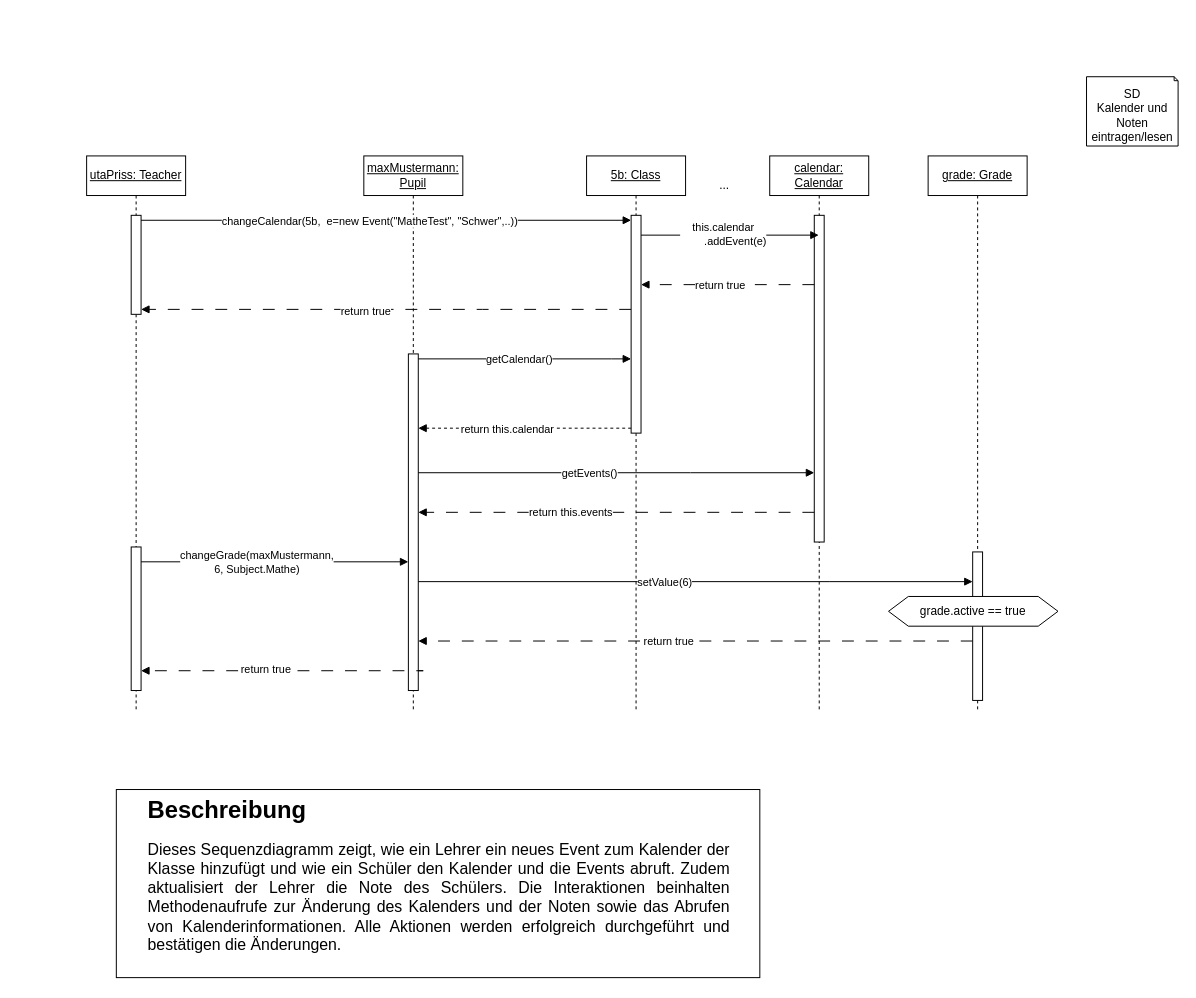
Earlier version of the draw.io diagram Sequenzdiagramm.drawio (TrainFan1804/SchulverwaltungUML). Source tidied: cells renumbered, new cells numbered last; positions are measured from the earlier drawing's top-left corner, leaving out a move shared by most shapes. Both pictures are drawn from the tidied source at 99%, with x=0, y=0 at pixel (86, 76).
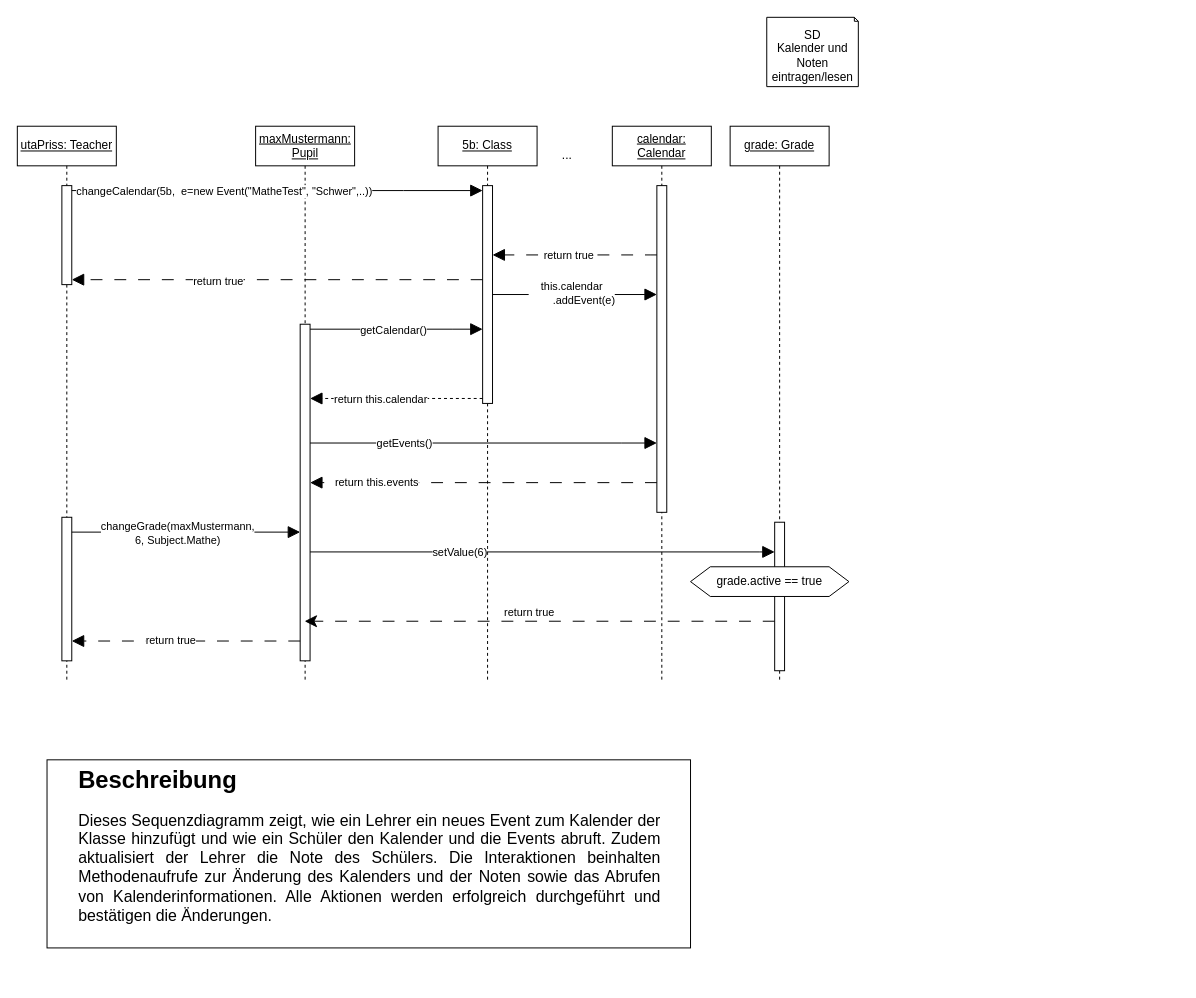
Above is the later version.

The change refers to these unchanged cells:
```xml
<mxCell id="4" style="html=1;points=[[0,0,0,0,5],[0,1,0,0,-5],[1,0,0,0,5],[1,1,0,0,-5]];perimeter=orthogonalPerimeter;outlineConnect=0;targetShapes=umlLifeline;portConstraint=eastwest;newEdgeStyle={&quot;curved&quot;:0,&quot;rounded&quot;:0};" parent="3" vertex="1">
  <mxGeometry x="45" y="200" width="10" height="340" as="geometry" />
</mxCell>
<mxCell id="6" style="html=1;points=[[0,0,0,0,5],[0,1,0,0,-5],[1,0,0,0,5],[1,1,0,0,-5]];perimeter=orthogonalPerimeter;outlineConnect=0;targetShapes=umlLifeline;portConstraint=eastwest;newEdgeStyle={&quot;curved&quot;:0,&quot;rounded&quot;:0};" parent="5" vertex="1">
  <mxGeometry x="45" y="60" width="10" height="220" as="geometry" />
</mxCell>
<mxCell id="12" style="html=1;points=[[0,0,0,0,5],[0,1,0,0,-5],[1,0,0,0,5],[1,1,0,0,-5]];perimeter=orthogonalPerimeter;outlineConnect=0;targetShapes=umlLifeline;portConstraint=eastwest;newEdgeStyle={&quot;curved&quot;:0,&quot;rounded&quot;:0};" parent="11" vertex="1">
  <mxGeometry x="45" y="60" width="10" height="330" as="geometry" />
</mxCell>
<mxCell id="16" style="html=1;points=[[0,0,0,0,5],[0,1,0,0,-5],[1,0,0,0,5],[1,1,0,0,-5]];perimeter=orthogonalPerimeter;outlineConnect=0;targetShapes=umlLifeline;portConstraint=eastwest;newEdgeStyle={&quot;curved&quot;:0,&quot;rounded&quot;:0};" parent="15" vertex="1">
  <mxGeometry x="45" y="60" width="10" height="100" as="geometry" />
</mxCell>
<mxCell id="17" style="html=1;points=[[0,0,0,0,5],[0,1,0,0,-5],[1,0,0,0,5],[1,1,0,0,-5]];perimeter=orthogonalPerimeter;outlineConnect=0;targetShapes=umlLifeline;portConstraint=eastwest;newEdgeStyle={&quot;curved&quot;:0,&quot;rounded&quot;:0};" parent="15" vertex="1">
  <mxGeometry x="45" y="395" width="10" height="145" as="geometry" />
</mxCell>
<mxCell id="32" style="html=1;points=[[0,0,0,0,5],[0,1,0,0,-5],[1,0,0,0,5],[1,1,0,0,-5]];perimeter=orthogonalPerimeter;outlineConnect=0;targetShapes=umlLifeline;portConstraint=eastwest;newEdgeStyle={&quot;curved&quot;:0,&quot;rounded&quot;:0};" parent="31" vertex="1">
  <mxGeometry x="45" y="400" width="10" height="150" as="geometry" />
</mxCell>
```

What changed in the source:
```diff
@@
     <mxCell id="2" value="SD&lt;div&gt;Kalender und Noten&lt;/div&gt;&lt;div&gt;eintragen/lesen&lt;/div&gt;" style="shape=note2;boundedLbl=1;whiteSpace=wrap;html=1;size=4;verticalAlign=top;align=center;" parent="1" vertex="1">
-      <mxGeometry x="1010" width="92.5" height="70" as="geometry" />
+      <mxGeometry x="687" y="-60" width="92.5" height="70" as="geometry" />
     </mxCell>
     <mxCell id="3" value="&lt;u&gt;maxMustermann: Pupil&lt;/u&gt;" style="shape=umlLifeline;perimeter=lifelinePerimeter;whiteSpace=wrap;html=1;outlineConnect=0;portConstraint=eastwest;newEdgeStyle={&quot;edgeStyle&quot;:&quot;elbowEdgeStyle&quot;,&quot;elbow&quot;:&quot;vertical&quot;,&quot;curved&quot;:0,&quot;rounded&quot;:0};" parent="1" vertex="1">
-      <mxGeometry x="280" y="80" width="100" height="560" as="geometry" />
+      <mxGeometry x="170.7" y="50" width="100" height="560" as="geometry" />
     </mxCell>
@@
     <mxCell id="5" value="&lt;u&gt;5b: Class&lt;/u&gt;" style="shape=umlLifeline;perimeter=lifelinePerimeter;whiteSpace=wrap;html=1;newEdgeStyle={&quot;edgeStyle&quot;:&quot;elbowEdgeStyle&quot;,&quot;elbow&quot;:&quot;vertical&quot;,&quot;curved&quot;:0,&quot;rounded&quot;:0};" parent="1" vertex="1">
-      <mxGeometry x="505" y="80" width="100" height="560" as="geometry" />
+      <mxGeometry x="355" y="50" width="100" height="560" as="geometry" />
     </mxCell>
@@
-    <mxCell id="7" style="edgeStyle=orthogonalEdgeStyle;rounded=0;jettySize=auto;html=1;curved=0;endArrow=block;endFill=1;exitX=1;exitY=0;exitDx=0;exitDy=5;exitPerimeter=0;" parent="1" edge="1" source="4" target="6">
+    <mxCell id="7" style="edgeStyle=orthogonalEdgeStyle;rounded=0;jettySize=auto;html=1;curved=0;endArrow=block;endFill=1;exitX=1;exitY=0;exitDx=0;exitDy=5;exitPerimeter=0;endSize=10;startSize=10;" parent="1" edge="1" source="4" target="6">
       <mxGeometry relative="1" as="geometry">
         <Array as="points">
-          <mxPoint x="530" y="285" />
-          <mxPoint x="530" y="285" />
+          <mxPoint x="370" y="255" />
+          <mxPoint x="370" y="255" />
         </Array>
       </mxGeometry>
     </mxCell>
@@
-    <mxCell id="9" style="edgeStyle=orthogonalEdgeStyle;rounded=0;jettySize=auto;html=1;curved=0;dashed=1;endArrow=block;endFill=1;exitX=0;exitY=1;exitDx=0;exitDy=-5;exitPerimeter=0;" parent="1" edge="1" source="6" target="4">
+    <mxCell id="9" style="edgeStyle=orthogonalEdgeStyle;rounded=0;jettySize=auto;html=1;curved=0;dashed=1;endArrow=block;endFill=1;exitX=0;exitY=1;exitDx=0;exitDy=-5;exitPerimeter=0;endSize=10;startSize=10;" parent="1" edge="1" source="6" target="4">
       <mxGeometry relative="1" as="geometry">
         <Array as="points">
-          <mxPoint x="470" y="355" />
-          <mxPoint x="470" y="355" />
+          <mxPoint x="400" y="325" />
+          <mxPoint x="400" y="325" />
         </Array>
       </mxGeometry>
     </mxCell>
@@
     <mxCell id="11" value="&lt;u&gt;calendar: Calendar&lt;/u&gt;" style="shape=umlLifeline;perimeter=lifelinePerimeter;whiteSpace=wrap;html=1;outlineConnect=0;portConstraint=eastwest;newEdgeStyle={&quot;edgeStyle&quot;:&quot;elbowEdgeStyle&quot;,&quot;elbow&quot;:&quot;vertical&quot;,&quot;curved&quot;:0,&quot;rounded&quot;:0};" parent="1" vertex="1">
-      <mxGeometry x="690" y="80" width="100" height="560" as="geometry" />
+      <mxGeometry x="531" y="50" width="100" height="560" as="geometry" />
     </mxCell>
@@
-    <mxCell id="13" style="edgeStyle=orthogonalEdgeStyle;rounded=0;jettySize=auto;html=1;curved=0;endArrow=block;endFill=1;" parent="1" edge="1" source="4" target="12">
+    <mxCell id="13" style="edgeStyle=orthogonalEdgeStyle;rounded=0;jettySize=auto;html=1;curved=0;endArrow=block;endFill=1;endSize=10;startSize=10;" parent="1" edge="1" source="4" target="12">
       <mxGeometry relative="1" as="geometry">
         <Array as="points">
-          <mxPoint x="610" y="400" />
-          <mxPoint x="610" y="400" />
+          <mxPoint x="540" y="370" />
+          <mxPoint x="540" y="370" />
         </Array>
       </mxGeometry>
     </mxCell>
     <mxCell id="14" value="getEvents()" style="edgeLabel;html=1;align=center;verticalAlign=middle;" parent="13" vertex="1">
       <mxGeometry x="-0.3" y="2" relative="1" as="geometry">
-        <mxPoint x="32" y="2" as="offset" />
+        <mxPoint x="-28" y="2" as="offset" />
       </mxGeometry>
     </mxCell>
     <mxCell id="15" value="&lt;u&gt;utaPriss: Teacher&lt;/u&gt;" style="shape=umlLifeline;perimeter=lifelinePerimeter;whiteSpace=wrap;html=1;newEdgeStyle={&quot;edgeStyle&quot;:&quot;elbowEdgeStyle&quot;,&quot;elbow&quot;:&quot;vertical&quot;,&quot;curved&quot;:0,&quot;rounded&quot;:0};" parent="1" vertex="1">
-      <mxGeometry y="80" width="100" height="560" as="geometry" />
+      <mxGeometry x="-70" y="50" width="100" height="560" as="geometry" />
     </mxCell>
@@
-    <mxCell id="18" style="edgeStyle=orthogonalEdgeStyle;rounded=0;jettySize=auto;html=1;curved=0;entryX=0;entryY=0;entryDx=0;entryDy=5;entryPerimeter=0;endArrow=block;endFill=1;" parent="1" edge="1" source="16" target="6">
+    <mxCell id="18" style="edgeStyle=orthogonalEdgeStyle;rounded=0;jettySize=auto;html=1;curved=0;entryX=0;entryY=0;entryDx=0;entryDy=5;entryPerimeter=0;endArrow=block;endFill=1;endSize=10;startSize=10;" parent="1" edge="1" source="16" target="6">
       <mxGeometry relative="1" as="geometry">
         <Array as="points">
-          <mxPoint x="390" y="145" />
-          <mxPoint x="390" y="145" />
+          <mxPoint x="320" y="115" />
+          <mxPoint x="320" y="115" />
         </Array>
       </mxGeometry>
     </mxCell>
     <mxCell id="19" value="changeCalendar(5b,&amp;nbsp; e=new Event(&quot;MatheTest&quot;, &quot;Schwer&quot;,..))" style="edgeLabel;html=1;align=center;verticalAlign=middle;" parent="18" vertex="1">
-      <mxGeometry x="-0.07" relative="1" as="geometry" />
+      <mxGeometry x="-0.07" relative="1" as="geometry">
+        <mxPoint x="-39" as="offset" />
+      </mxGeometry>
     </mxCell>
-    <mxCell id="20" style="edgeStyle=orthogonalEdgeStyle;rounded=0;jettySize=auto;html=1;curved=0;endArrow=block;endFill=1;" parent="1" edge="1" source="6" target="11">
+    <mxCell id="20" style="edgeStyle=orthogonalEdgeStyle;rounded=0;jettySize=auto;html=1;curved=0;endArrow=block;endFill=1;endSize=10;startSize=10;" parent="1" edge="1" source="6" target="12">
       <mxGeometry relative="1" as="geometry">
         <Array as="points">
-          <mxPoint x="670" y="160" />
-          <mxPoint x="670" y="160" />
+          <mxPoint x="580" y="140" />
+          <mxPoint x="580" y="140" />
         </Array>
       </mxGeometry>
     </mxCell>
@@
-    <mxCell id="22" style="edgeStyle=orthogonalEdgeStyle;rounded=0;jettySize=auto;html=1;curved=0;endArrow=block;endFill=1;dashed=1;dashPattern=12 12;" parent="1" edge="1" source="12" target="6">
+    <mxCell id="22" style="edgeStyle=orthogonalEdgeStyle;rounded=0;jettySize=auto;html=1;curved=0;endArrow=block;endFill=1;dashed=1;dashPattern=12 12;endSize=10;startSize=10;" parent="1" edge="1" source="12" target="6">
       <mxGeometry relative="1" as="geometry">
         <Array as="points">
-          <mxPoint x="640" y="210" />
-          <mxPoint x="640" y="210" />
+          <mxPoint x="570" y="180" />
+          <mxPoint x="570" y="180" />
         </Array>
       </mxGeometry>
     </mxCell>
@@
     <mxCell id="24" value="..." style="text;html=1;align=center;verticalAlign=middle;strokeColor=none;fillColor=none;" parent="1" vertex="1">
-      <mxGeometry x="629" y="95" width="30" height="30" as="geometry" />
+      <mxGeometry x="470" y="65" width="30" height="30" as="geometry" />
     </mxCell>
-    <mxCell id="25" style="edgeStyle=orthogonalEdgeStyle;rounded=0;jettySize=auto;html=1;curved=0;endArrow=block;endFill=1;dashed=1;entryX=1;entryY=1;entryDx=0;entryDy=-5;entryPerimeter=0;dashPattern=12 12;" parent="1" edge="1" source="6" target="16">
+    <mxCell id="25" style="edgeStyle=orthogonalEdgeStyle;rounded=0;jettySize=auto;html=1;curved=0;endArrow=block;endFill=1;dashed=1;entryX=1;entryY=1;entryDx=0;entryDy=-5;entryPerimeter=0;dashPattern=12 12;endSize=10;startSize=10;" parent="1" edge="1" source="6" target="16">
       <mxGeometry relative="1" as="geometry">
         <Array as="points">
-          <mxPoint x="400" y="235" />
-          <mxPoint x="400" y="235" />
+          <mxPoint x="330" y="205" />
+          <mxPoint x="330" y="205" />
         </Array>
       </mxGeometry>
     </mxCell>
     <mxCell id="26" value="return true" style="edgeLabel;html=1;align=center;verticalAlign=middle;" parent="25" vertex="1">
       <mxGeometry x="-0.01" y="1" relative="1" as="geometry">
-        <mxPoint x="-24" as="offset" />
+        <mxPoint x="-63" as="offset" />
       </mxGeometry>
     </mxCell>
-    <mxCell id="27" style="edgeStyle=orthogonalEdgeStyle;rounded=0;jettySize=auto;html=1;curved=0;endArrow=block;endFill=1;dashed=1;dashPattern=12 12;" parent="1" edge="1" source="12" target="4">
+    <mxCell id="27" style="edgeStyle=orthogonalEdgeStyle;rounded=0;jettySize=auto;html=1;curved=0;endArrow=block;endFill=1;dashed=1;dashPattern=12 12;endSize=10;startSize=10;" parent="1" edge="1" source="12" target="4">
       <mxGeometry relative="1" as="geometry">
         <Array as="points">
-          <mxPoint x="600" y="440" />
-          <mxPoint x="600" y="440" />
+          <mxPoint x="530" y="410" />
+          <mxPoint x="530" y="410" />
         </Array>
       </mxGeometry>
     </mxCell>
     <mxCell id="28" value="return this.events" style="edgeLabel;html=1;align=center;verticalAlign=middle;" parent="27" vertex="1">
       <mxGeometry x="-0.09" y="-1" relative="1" as="geometry">
-        <mxPoint x="-65" as="offset" />
+        <mxPoint x="-125" as="offset" />
       </mxGeometry>
     </mxCell>
-    <mxCell id="29" style="edgeStyle=orthogonalEdgeStyle;rounded=0;jettySize=auto;html=1;curved=0;endArrow=block;endFill=1;" parent="1" edge="1" source="17" target="4">
+    <mxCell id="29" style="edgeStyle=orthogonalEdgeStyle;rounded=0;jettySize=auto;html=1;curved=0;endArrow=block;endFill=1;endSize=10;startSize=10;" parent="1" edge="1" source="17" target="4">
       <mxGeometry relative="1" as="geometry">
         <Array as="points">
-          <mxPoint x="320" y="490" />
-          <mxPoint x="320" y="490" />
+          <mxPoint x="50" y="460" />
+          <mxPoint x="50" y="460" />
         </Array>
       </mxGeometry>
     </mxCell>
@@
     <mxCell id="31" value="&lt;u&gt;grade: Grade&lt;/u&gt;" style="shape=umlLifeline;perimeter=lifelinePerimeter;whiteSpace=wrap;html=1;newEdgeStyle={&quot;edgeStyle&quot;:&quot;elbowEdgeStyle&quot;,&quot;elbow&quot;:&quot;vertical&quot;,&quot;curved&quot;:0,&quot;rounded&quot;:0};" parent="1" vertex="1">
-      <mxGeometry x="850" y="80" width="100" height="560" as="geometry" />
+      <mxGeometry x="650" y="50" width="100" height="560" as="geometry" />
     </mxCell>
@@
-    <mxCell id="33" style="edgeStyle=orthogonalEdgeStyle;rounded=0;jettySize=auto;html=1;curved=0;endArrow=block;endFill=1;" parent="1" edge="1" source="4" target="32">
+    <mxCell id="33" style="edgeStyle=orthogonalEdgeStyle;rounded=0;jettySize=auto;html=1;curved=0;endArrow=block;endFill=1;endSize=10;startSize=10;" parent="1" edge="1" source="4" target="32">
       <mxGeometry relative="1" as="geometry">
         <Array as="points">
-          <mxPoint x="750" y="510" />
-          <mxPoint x="750" y="510" />
+          <mxPoint x="680" y="480" />
+          <mxPoint x="680" y="480" />
         </Array>
       </mxGeometry>
     </mxCell>
     <mxCell id="34" value="setValue(6)" style="edgeLabel;html=1;align=center;verticalAlign=middle;" parent="33" vertex="1">
       <mxGeometry x="-0.17" y="-1" relative="1" as="geometry">
-        <mxPoint x="16" y="-1" as="offset" />
+        <mxPoint x="-44" y="-1" as="offset" />
       </mxGeometry>
     </mxCell>
-    <mxCell id="35" style="edgeStyle=orthogonalEdgeStyle;rounded=0;orthogonalLoop=1;jettySize=auto;html=1;curved=0;dashed=1;endArrow=block;endFill=1;dashPattern=12 12;" parent="1" edge="1">
-      <mxGeometry relative="1" as="geometry">
-        <mxPoint x="895" y="570" as="sourcePoint" />
-        <mxPoint x="335" y="570" as="targetPoint" />
-        <Array as="points">
-          <mxPoint x="670" y="570" />
-          <mxPoint x="670" y="570" />
-        </Array>
-      </mxGeometry>
-    </mxCell>
-    <mxCell id="36" value="return true" style="edgeLabel;html=1;align=center;verticalAlign=middle;" parent="35" vertex="1">
-      <mxGeometry x="-0.11" y="2" relative="1" as="geometry">
-        <mxPoint x="-59" y="-2" as="offset" />
-      </mxGeometry>
-    </mxCell>
-    <mxCell id="37" style="edgeStyle=orthogonalEdgeStyle;rounded=0;jettySize=auto;html=1;curved=0;endArrow=block;endFill=1;dashed=1;dashPattern=12 12;" parent="1" edge="1" source="4" target="17">
+    <mxCell id="37" style="edgeStyle=orthogonalEdgeStyle;rounded=0;jettySize=auto;html=1;curved=0;endArrow=block;endFill=1;dashed=1;dashPattern=12 12;endSize=10;startSize=10;" parent="1" edge="1" source="4" target="17">
       <mxGeometry relative="1" as="geometry">
         <Array as="points">
-          <mxPoint x="340" y="600" />
-          <mxPoint x="340" y="600" />
+          <mxPoint x="100" y="570" />
+          <mxPoint x="100" y="570" />
         </Array>
       </mxGeometry>
     </mxCell>
@@
     <mxCell id="39" value="grade.active == true" style="shape=hexagon;perimeter=hexagonPerimeter2;whiteSpace=wrap;html=1;fixedSize=1;" parent="1" vertex="1">
-      <mxGeometry x="810" y="525" width="171.2" height="30" as="geometry" />
+      <mxGeometry x="610" y="495" width="160" height="30" as="geometry" />
     </mxCell>
     <mxCell id="40" style="rounded=0;whiteSpace=wrap;html=1;" parent="1" vertex="1">
-      <mxGeometry x="30" y="720" width="650" height="190" as="geometry" />
+      <mxGeometry x="-40" y="690" width="650" height="190" as="geometry" />
     </mxCell>
     <mxCell id="41" value="&lt;h1 style=&quot;margin-top: 0px;&quot;&gt;&lt;span style=&quot;background-color: initial;&quot;&gt;&lt;font style=&quot;font-size: 24px;&quot;&gt;Beschreibung&lt;/font&gt;&lt;/span&gt;&lt;/h1&gt;&lt;div style=&quot;text-align: justify;&quot;&gt;&lt;span style=&quot;background-color: initial;&quot;&gt;&lt;font size=&quot;3&quot;&gt;Dieses Sequenzdiagramm zeigt, wie ein Lehrer ein neues Event zum Kalender der Klasse hinzufügt und wie ein Schüler den Kalender und die Events abruft. Zudem aktualisiert der Lehrer die Note des Schülers. Die Interaktionen beinhalten Methodenaufrufe zur Änderung des Kalenders und der Noten sowie das Abrufen von Kalenderinformationen. Alle Aktionen werden erfolgreich durchgeführt und bestätigen die Änderungen.&lt;/font&gt;&lt;br&gt;&lt;/span&gt;&lt;/div&gt;" style="text;html=1;whiteSpace=wrap;overflow=hidden;rounded=0;" parent="1" vertex="1">
-      <mxGeometry x="60" y="720" width="590" height="190" as="geometry" />
+      <mxGeometry x="-10" y="690" width="590" height="190" as="geometry" />
     </mxCell>
+    <mxCell id="42" style="edgeStyle=orthogonalEdgeStyle;rounded=0;jettySize=auto;html=1;curved=0;dashed=1;dashPattern=12 12;endSize=10;startSize=10;" parent="1" edge="1" source="32" target="3">
+      <mxGeometry relative="1" as="geometry">
+        <Array as="points">
+          <mxPoint x="610" y="550" />
+          <mxPoint x="610" y="550" />
+        </Array>
+      </mxGeometry>
+    </mxCell>
+    <mxCell id="36" value="return true" style="edgeLabel;html=1;align=center;verticalAlign=middle;" parent="42" vertex="1">
+      <mxGeometry y="-1" relative="1" as="geometry">
+        <mxPoint x="-12" y="-9" as="offset" />
+      </mxGeometry>
+    </mxCell>
```
